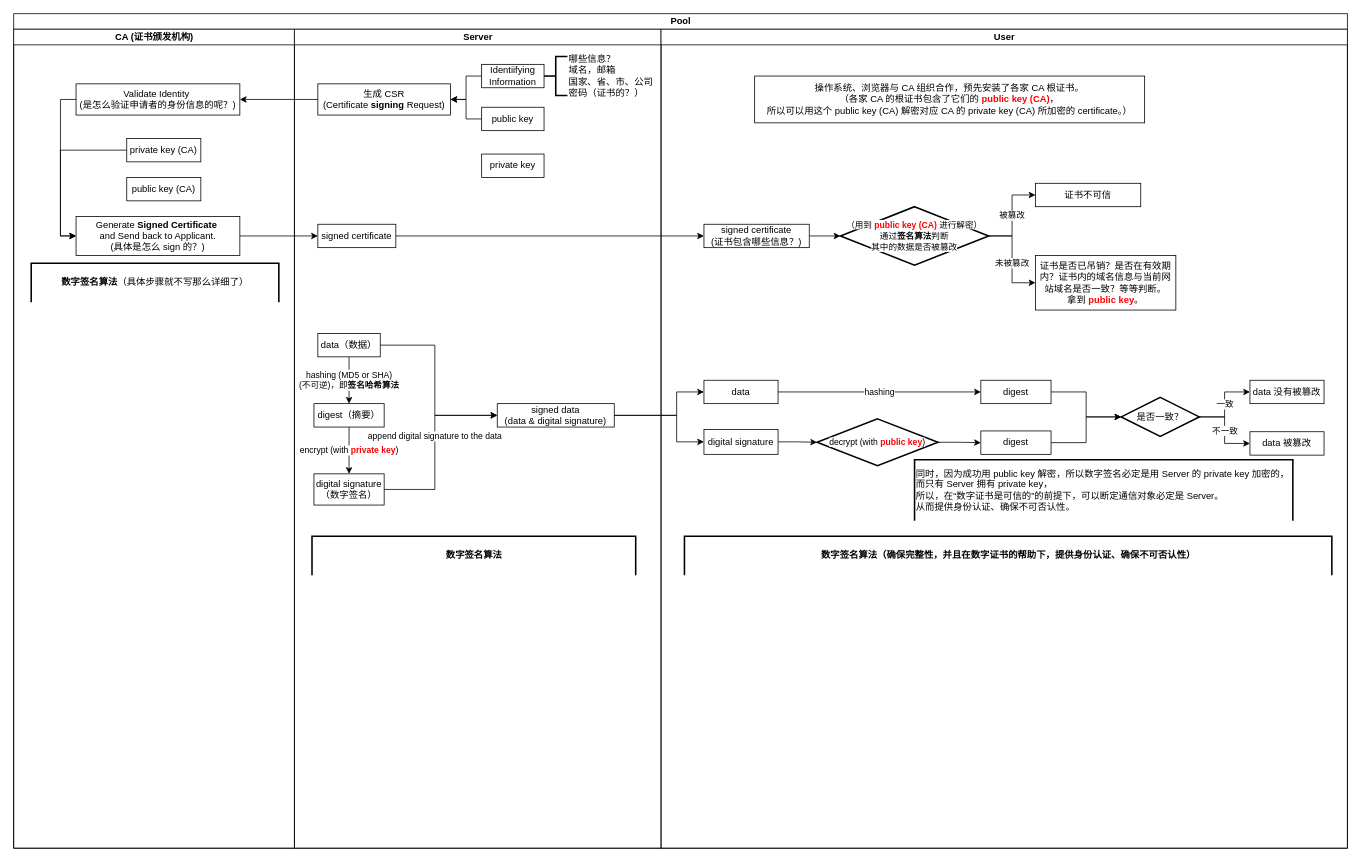
Above: HTTPS 与数字签名.drawio in kevinfszu/draw.io-diagram (draw.io), before the change. Source tidied: cells renumbered, new cells numbered last; positions are measured from the earlier drawing's top-left corner, leaving out a move shared by most shapes. Both pictures are drawn from the tidied source at 78%, with x=0, y=0 at pixel (13, 13).
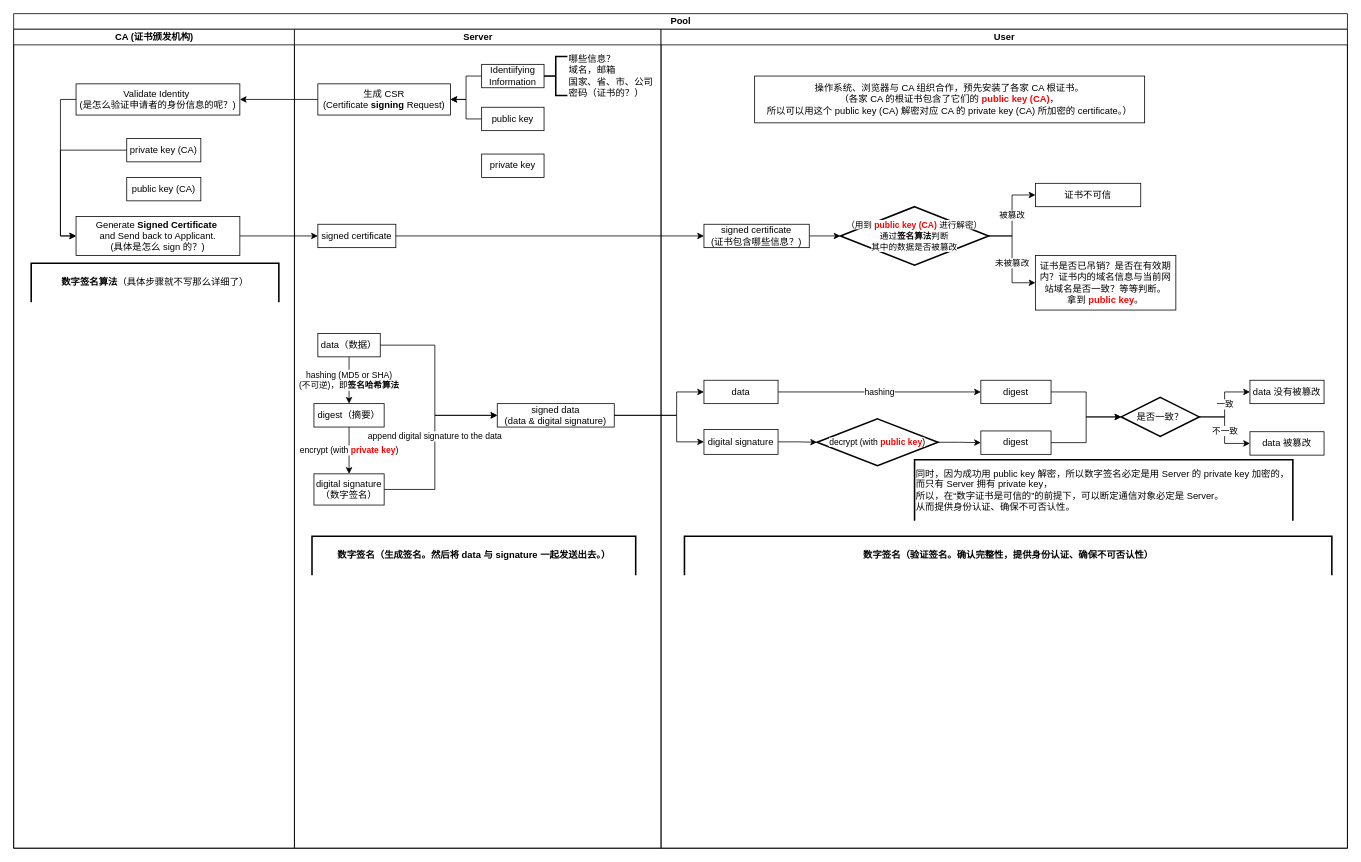
Above is the later version.

Commit message:
更新HTTPS 与数字签名.drawio

The change refers to these unchanged cells:
```xml
<mxCell id="11" value="Server" style="swimlane;html=1;startSize=20;" parent="2" vertex="1">
  <mxGeometry x="360" y="20" width="470" height="1050" as="geometry" />
</mxCell>
<mxCell id="34" value="User" style="swimlane;html=1;startSize=20;" parent="2" vertex="1">
  <mxGeometry x="830" y="20" width="880" height="1050" as="geometry" />
</mxCell>
```

What changed in the source:
```diff
@@
-    <mxCell id="27" value="&lt;b&gt;数字签名算法&lt;/b&gt;" style="strokeWidth=2;html=1;shape=mxgraph.flowchart.annotation_1;align=center;direction=south;" parent="11" vertex="1">
+    <mxCell id="27" value="&lt;b&gt;数字签名（生成签名。然后将 data 与 signature 一起发送出去。）&lt;/b&gt;" style="strokeWidth=2;html=1;shape=mxgraph.flowchart.annotation_1;align=center;direction=south;" parent="11" vertex="1">
       <mxGeometry x="22.5" y="650" width="415" height="50" as="geometry" />
     </mxCell>
@@
-    <mxCell id="56" value="&lt;b&gt;数字签名算法（确保完整性，并且在数字证书的帮助下，&lt;/b&gt;&lt;b&gt;提供身份认证、确保不可否认性）&lt;/b&gt;" style="strokeWidth=2;html=1;shape=mxgraph.flowchart.annotation_1;align=center;direction=south;" parent="34" vertex="1">
+    <mxCell id="56" value="&lt;b&gt;数字签名（验证签名。确认完整性，&lt;/b&gt;&lt;b&gt;提供身份认证、确保不可否认性）&lt;/b&gt;" style="strokeWidth=2;html=1;shape=mxgraph.flowchart.annotation_1;align=center;direction=south;" parent="34" vertex="1">
       <mxGeometry x="30" y="650" width="830" height="50" as="geometry" />
     </mxCell>
```
